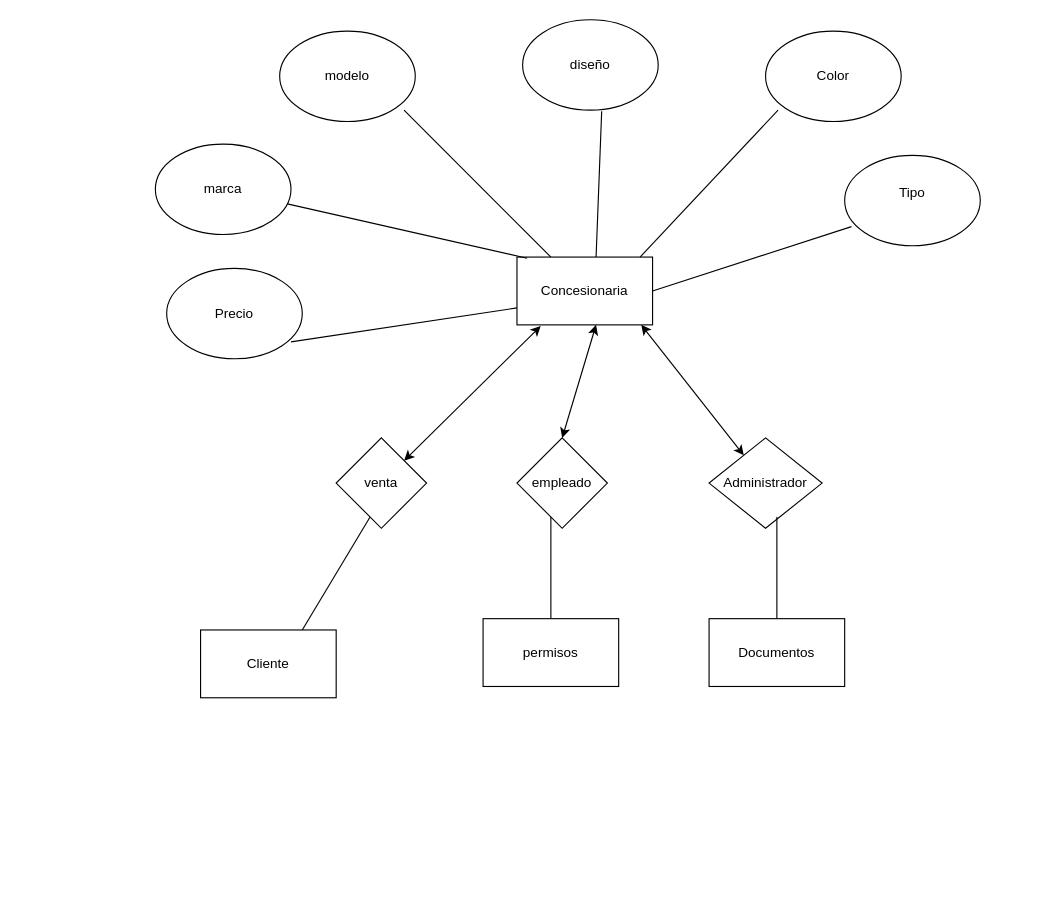
Earlier version of the draw.io diagram page "Page-1" (1 of 2) of Diagrama/Diagramaconcencionaria.drawio (Bryan080204/fbd-Bryan_santiago). Source tidied: cells renumbered, new cells numbered last; positions are measured from the earlier drawing's top-left corner, leaving out a move shared by most shapes. Both pictures are drawn from the tidied source at 113%, with x=0, y=0 at pixel (155, 19).
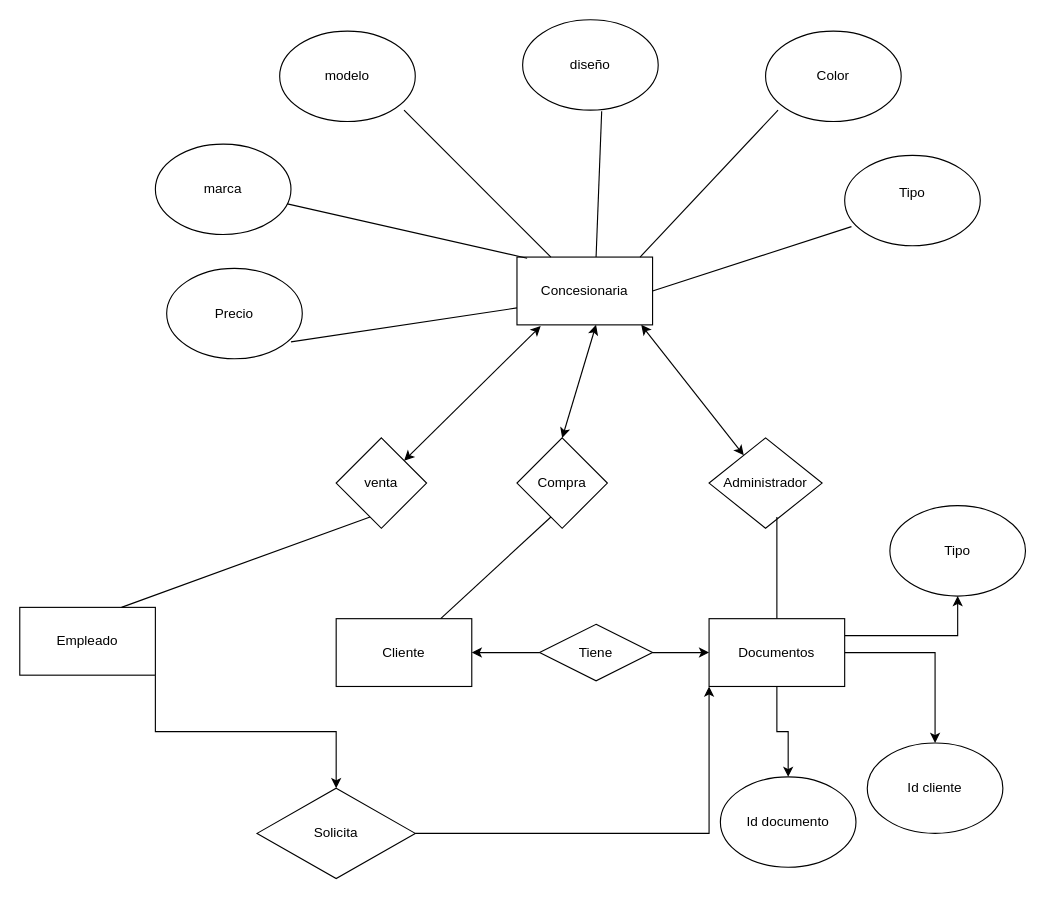
The same diagram, later.

The change refers to these unchanged cells:
```xml
<mxCell id="25" value="Documentos" style="rounded=0;whiteSpace=wrap;html=1;labelBackgroundColor=none;" parent="1" vertex="1">
  <mxGeometry x="490" y="530" width="120" height="60" as="geometry" />
</mxCell>
```

What changed in the source:
```diff
@@
-    <mxCell id="19" value="empleado" style="rhombus;whiteSpace=wrap;html=1;labelBackgroundColor=none;" parent="1" vertex="1">
+    <mxCell id="19" value="Compra" style="rhombus;whiteSpace=wrap;html=1;labelBackgroundColor=none;" parent="1" vertex="1">
       <mxGeometry x="320" y="370" width="80" height="80" as="geometry" />
     </mxCell>
@@
+    <mxCell id="27" style="edgeStyle=orthogonalEdgeStyle;rounded=0;jettySize=auto;html=1;exitX=1;exitY=1;exitDx=0;exitDy=0;" parent="1" edge="1" source="21" target="38">
+      <mxGeometry relative="1" as="geometry" />
+    </mxCell>
-    <mxCell id="21" value="Cliente" style="rounded=0;whiteSpace=wrap;html=1;labelBackgroundColor=none;" parent="1" vertex="1">
-      <mxGeometry x="40" y="540" width="120" height="60" as="geometry" />
+    <mxCell id="21" value="Empleado" style="rounded=0;whiteSpace=wrap;html=1;labelBackgroundColor=none;" parent="1" vertex="1">
+      <mxGeometry x="-120" y="520" width="120" height="60" as="geometry" />
     </mxCell>
-    <mxCell id="22" value="permisos" style="rounded=0;whiteSpace=wrap;html=1;labelBackgroundColor=none;" parent="1" vertex="1">
-      <mxGeometry x="290" y="530" width="120" height="60" as="geometry" />
+    <mxCell id="22" value="Cliente" style="rounded=0;whiteSpace=wrap;html=1;labelBackgroundColor=none;" parent="1" vertex="1">
+      <mxGeometry x="160" y="530" width="120" height="60" as="geometry" />
     </mxCell>
@@
+    <mxCell id="28" style="edgeStyle=orthogonalEdgeStyle;rounded=0;jettySize=auto;html=1;entryX=0.5;entryY=0;entryDx=0;entryDy=0;" parent="1" edge="1" source="25" target="31">
+      <mxGeometry relative="1" as="geometry" />
+    </mxCell>
+    <mxCell id="29" style="edgeStyle=orthogonalEdgeStyle;rounded=0;jettySize=auto;html=1;" parent="1" edge="1" source="25" target="32">
+      <mxGeometry relative="1" as="geometry" />
+    </mxCell>
+    <mxCell id="30" style="edgeStyle=orthogonalEdgeStyle;rounded=0;jettySize=auto;html=1;exitX=1;exitY=0.25;exitDx=0;exitDy=0;entryX=0.5;entryY=1;entryDx=0;entryDy=0;" parent="1" edge="1" source="25" target="33">
+      <mxGeometry relative="1" as="geometry" />
+    </mxCell>
@@
+    <mxCell id="31" value="Id documento" style="ellipse;whiteSpace=wrap;html=1;" parent="1" vertex="1">
+      <mxGeometry x="500" y="670" width="120" height="80" as="geometry" />
+    </mxCell>
+    <mxCell id="32" value="Id cliente" style="ellipse;whiteSpace=wrap;html=1;" parent="1" vertex="1">
+      <mxGeometry x="630" y="640" width="120" height="80" as="geometry" />
+    </mxCell>
+    <mxCell id="33" value="Tipo" style="ellipse;whiteSpace=wrap;html=1;" parent="1" vertex="1">
+      <mxGeometry x="650" y="430" width="120" height="80" as="geometry" />
+    </mxCell>
+    <mxCell id="34" style="edgeStyle=orthogonalEdgeStyle;rounded=0;jettySize=auto;html=1;" parent="1" edge="1" source="36" target="22">
+      <mxGeometry relative="1" as="geometry" />
+    </mxCell>
+    <mxCell id="35" style="edgeStyle=orthogonalEdgeStyle;rounded=0;jettySize=auto;html=1;entryX=0;entryY=0.5;entryDx=0;entryDy=0;" parent="1" edge="1" source="36" target="25">
+      <mxGeometry relative="1" as="geometry" />
+    </mxCell>
+    <mxCell id="36" value="Tiene" style="rhombus;whiteSpace=wrap;html=1;" parent="1" vertex="1">
+      <mxGeometry x="340" y="535" width="100" height="50" as="geometry" />
+    </mxCell>
+    <mxCell id="37" style="edgeStyle=orthogonalEdgeStyle;rounded=0;jettySize=auto;html=1;exitX=1;exitY=0.5;exitDx=0;exitDy=0;entryX=0;entryY=1;entryDx=0;entryDy=0;" parent="1" edge="1" source="38" target="25">
+      <mxGeometry relative="1" as="geometry" />
+    </mxCell>
+    <mxCell id="38" value="Solicita" style="rhombus;whiteSpace=wrap;html=1;" parent="1" vertex="1">
+      <mxGeometry x="90" y="680" width="140" height="80" as="geometry" />
+    </mxCell>
```
